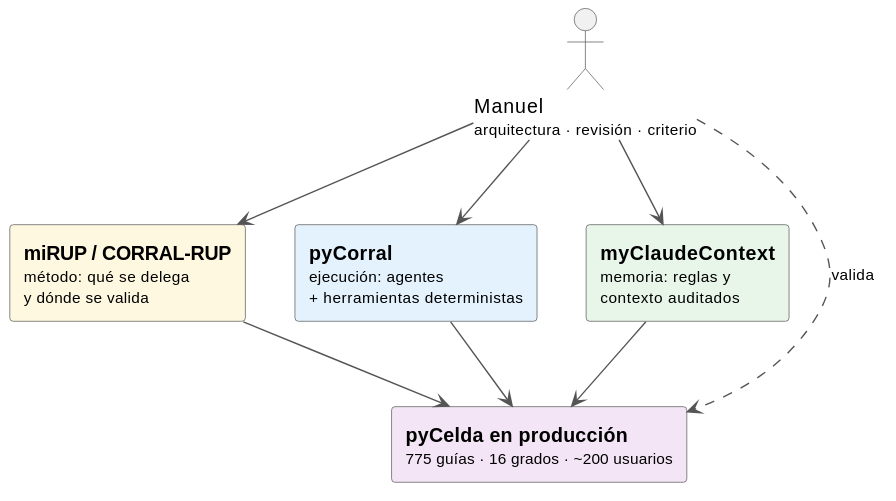
Before: images/modelosUML/evolucion-capas.svg, a diagram exported from PlantUML (mmasias/mmasias). Its diagram source:
```plantuml
@startuml
skinparam shadowing false
skinparam defaultFontName "Arial"
skinparam rectangleBorderColor #555555
skinparam actorBorderColor #555555
skinparam ArrowColor #555555
top to bottom direction

actor "Manuel\n<size:11>arquitectura · revisión · criterio</size>" as manuel

rectangle "<b>miRUP / CORRAL-RUP</b>\n<size:11>método: qué se delega</size>\n<size:11>y dónde se valida</size>" as mirup #FFF8E1
rectangle "<b>pyCorral</b>\n<size:11>ejecución: agentes</size>\n<size:11>+ herramientas deterministas</size>" as corral #E3F2FD
rectangle "<b>myClaudeContext</b>\n<size:11>memoria: reglas y</size>\n<size:11>contexto auditados</size>" as memoria #E8F5E9

rectangle "<b>pyCelda en producción</b>\n<size:11>775 guías · 16 grados · ~200 usuarios</size>" as pycelda #F3E5F5

manuel --> mirup
manuel --> corral
manuel --> memoria
mirup --> pycelda
corral --> pycelda
memoria --> pycelda
manuel ..> pycelda : <size:11>valida</size>
@enduml
```
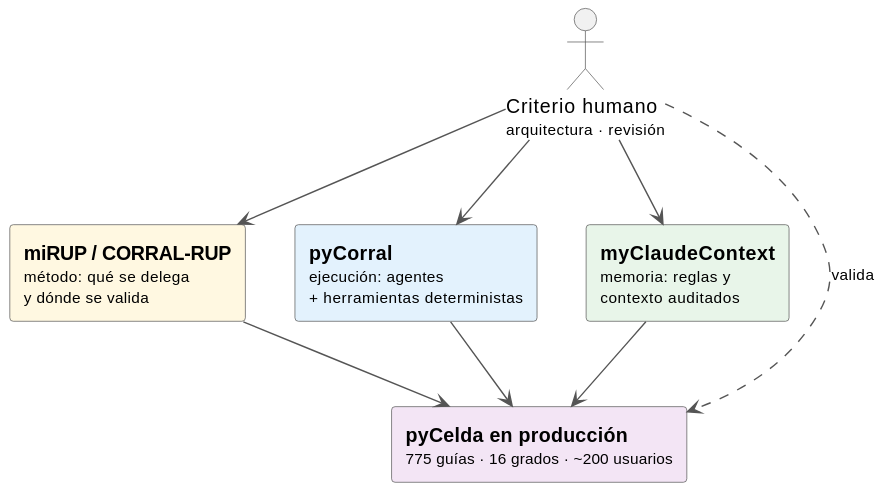
The same diagram one commit later.

Commit message:
docs(EVOLUCION): el diagrama de capas nombra el criterio humano, no a una persona

Change to the diagram source:
```diff
@@ -6,7 +6,7 @@
 skinparam ArrowColor #555555
 top to bottom direction
 
-actor "Manuel\n<size:11>arquitectura · revisión · criterio</size>" as manuel
+actor "Criterio humano\n<size:11>arquitectura · revisión</size>" as manuel
 
 rectangle "<b>miRUP / CORRAL-RUP</b>\n<size:11>método: qué se delega</size>\n<size:11>y dónde se valida</size>" as mirup #FFF8E1
 rectangle "<b>pyCorral</b>\n<size:11>ejecución: agentes</size>\n<size:11>+ herramientas deterministas</size>" as corral #E3F2FD
```
